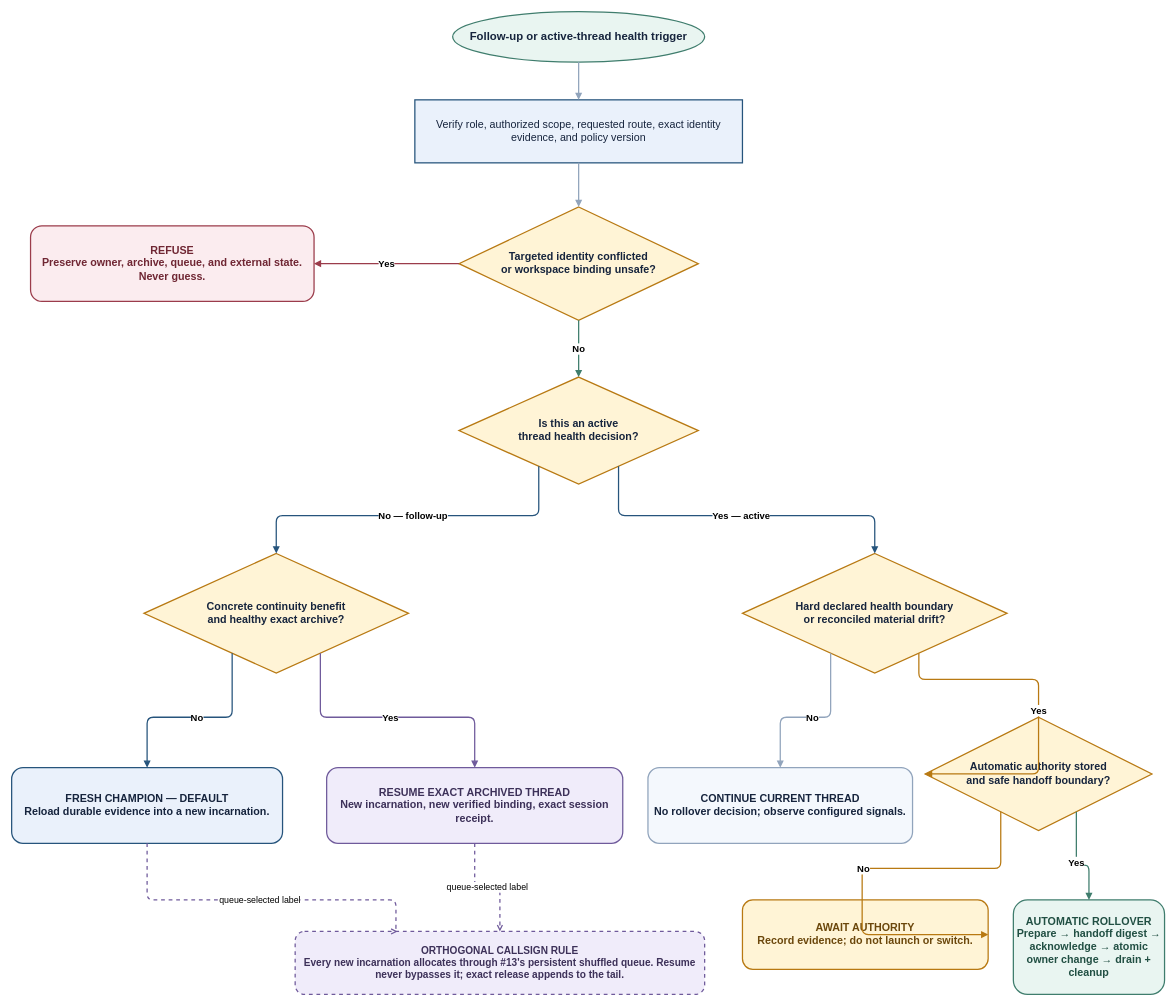
This is docs/design/continuation-rollover-policy.drawio from Vinosaamaa/league-of-orchestrator, a draw.io file, before an edit. Source tidied: cells renumbered, new cells numbered last; positions are measured from the earlier drawing's top-left corner, leaving out a move shared by most shapes. Both pictures are drawn from the tidied source at 63%, with x=0, y=0 at pixel (11, 11).
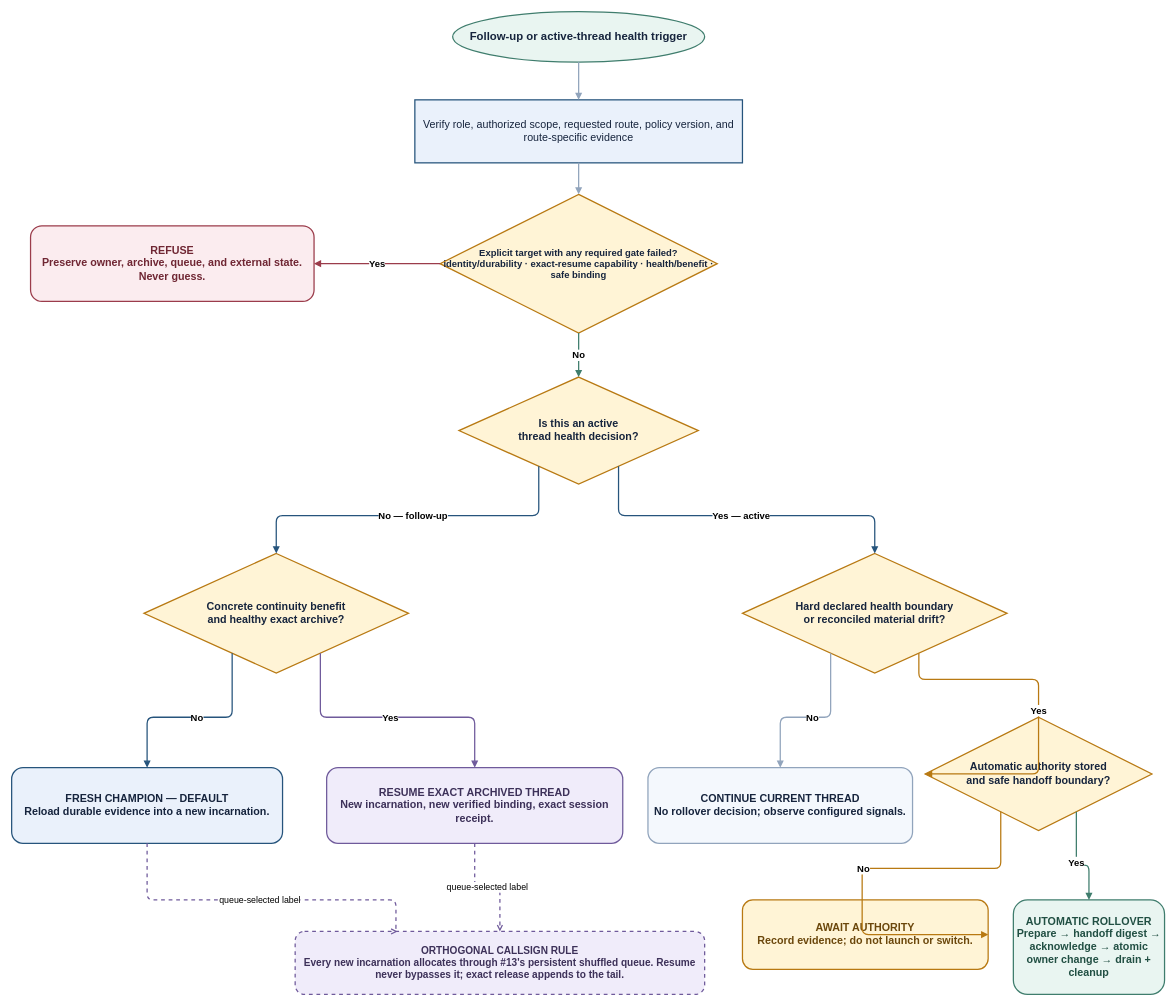
After the change.

Commit message (it also covers changes not shown here):
Address continuation policy review

Diff of the diagram source:
```diff
@@
-    <mxCell id="3" value="Verify role, authorized scope, requested route, exact identity evidence, and policy version" style="rounded=0;whiteSpace=wrap;html=1;fillColor=#eaf1fb;strokeColor=#26547c;strokeWidth=2;fontColor=#16243d;fontFamily=Avenir Next;fontSize=17;" parent="1" vertex="1">
+    <mxCell id="3" value="Verify role, authorized scope, requested route, policy version, and route-specific evidence" style="rounded=0;whiteSpace=wrap;html=1;fillColor=#eaf1fb;strokeColor=#26547c;strokeWidth=2;fontColor=#16243d;fontFamily=Avenir Next;fontSize=17;" parent="1" vertex="1">
       <mxGeometry x="640" y="140" width="520" height="100" as="geometry" />
     </mxCell>
-    <mxCell id="4" value="Targeted identity conflicted&#10;or workspace binding unsafe?" style="rhombus;whiteSpace=wrap;html=1;fillColor=#fff4d6;strokeColor=#b87912;strokeWidth=2;fontColor=#16243d;fontFamily=Avenir Next;fontSize=17;fontStyle=1;" parent="1" vertex="1">
-      <mxGeometry x="710" y="310" width="380" height="180" as="geometry" />
+    <mxCell id="4" value="Explicit target with any required gate failed?&#10;identity/durability · exact-resume capability · health/benefit · safe binding" style="rhombus;whiteSpace=wrap;html=1;fillColor=#fff4d6;strokeColor=#b87912;strokeWidth=2;fontColor=#16243d;fontFamily=Avenir Next;fontSize=15;fontStyle=1;" parent="1" vertex="1">
+      <mxGeometry x="680" y="290" width="440" height="220" as="geometry" />
     </mxCell>
```
